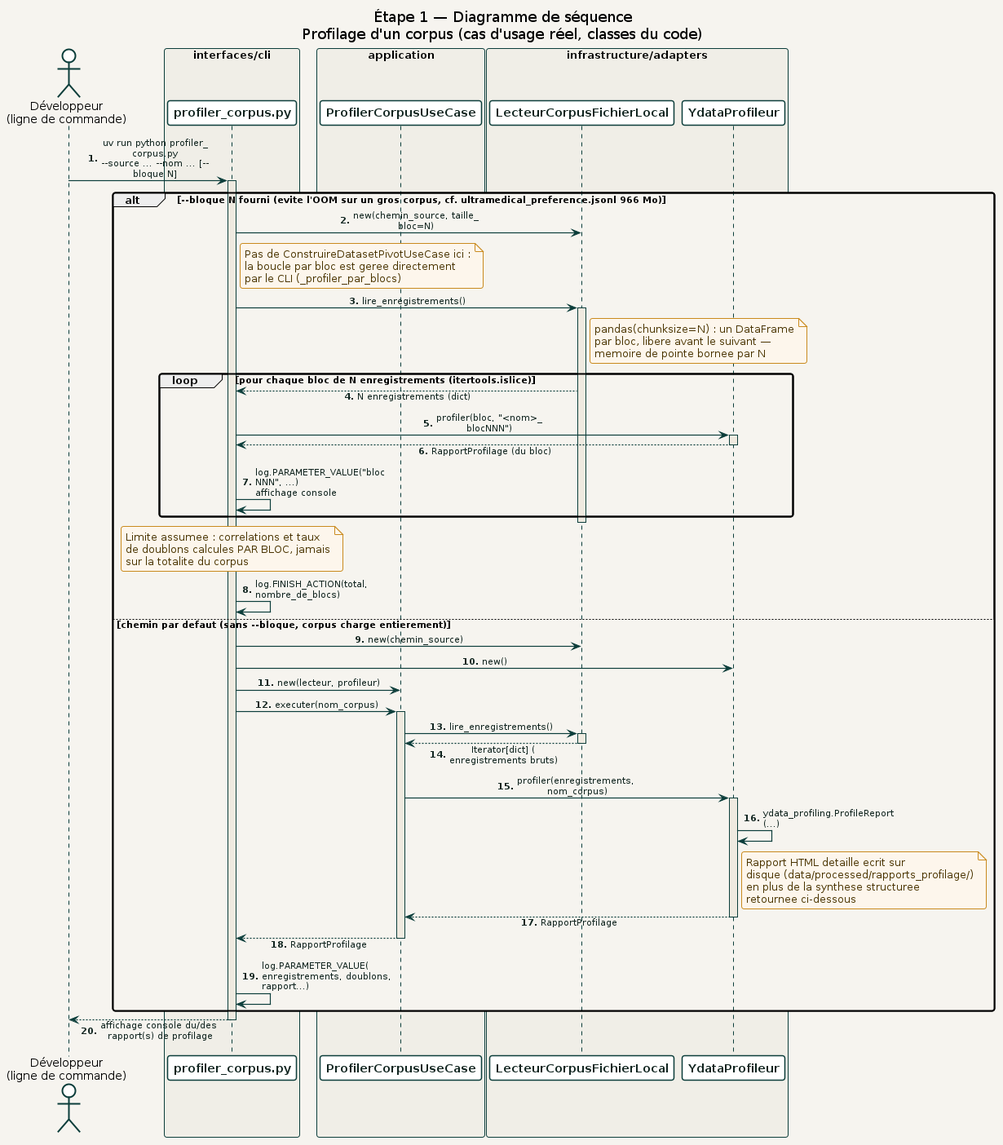
Above: docs/diagrams/02_etape1_donnees/sequence/profiler_corpus.png in racemartin/m14_ocr (PlantUML), before the change. Its source is kept beside it as docs/diagrams/02_etape1_donnees/sequence/profiler_corpus.puml.
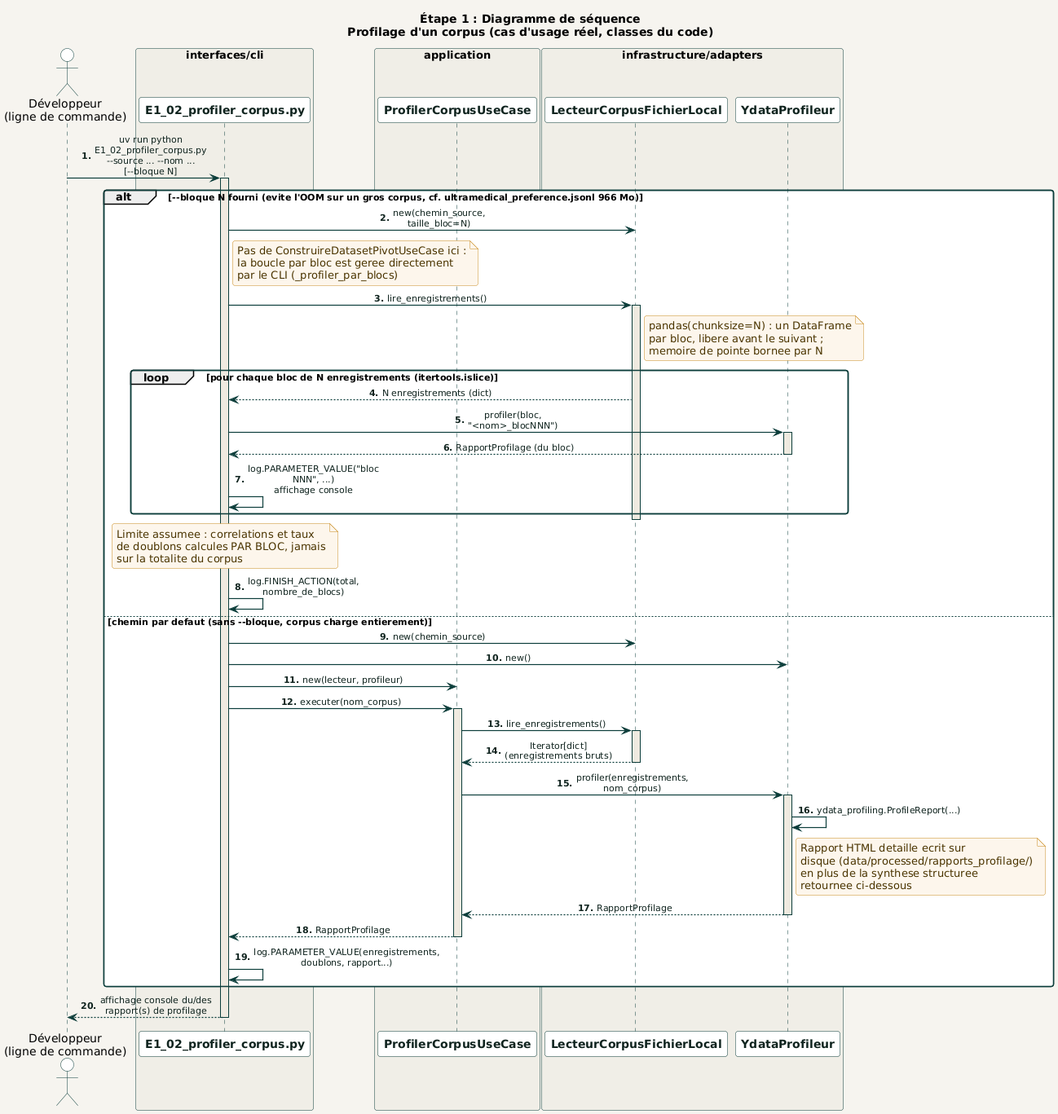
After the change.

Change to the diagram source:
```diff
@@ -6,7 +6,7 @@
 actor "Développeur\n(ligne de commande)" as Dev
 
 box "interfaces/cli" #F0EEE7
-  participant "profiler_corpus.py" as CLI
+  participant "E1_02_profiler_corpus.py" as CLI
 end box
 
 box "application" #F0EEE7
@@ -20,7 +20,7 @@
 
 autonumber "<b>0."
 
-Dev -> CLI : uv run python profiler_corpus.py\n~-~-source ... ~-~-nom ... [~-~-bloque N]
+Dev -> CLI : uv run python E1_02_profiler_corpus.py\n~-~-source ... ~-~-nom ... [~-~-bloque N]
 activate CLI
 
 alt ~-~-bloque N fourni (evite l'OOM sur un gros corpus, cf. ultramedical_preference.jsonl 966 Mo)
```
